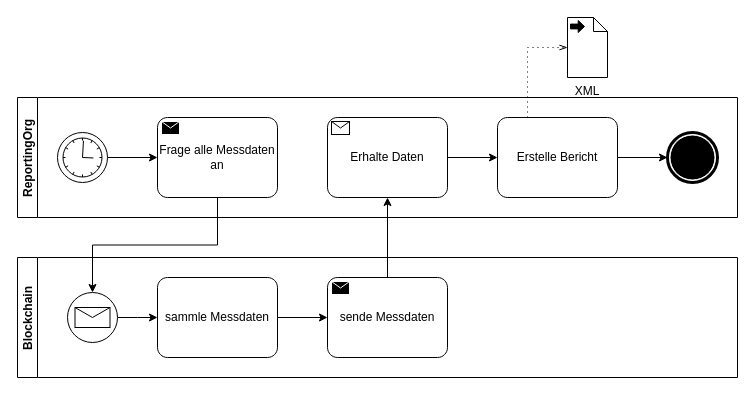
Earlier version of the draw.io diagram reporting/doku/Analysephase/Prozessdiagramme/Reporting.drawio (KSilkThread/carbonedge). Source tidied: cells renumbered, new cells numbered last; positions are measured from the earlier drawing's top-left corner, leaving out a move shared by most shapes. Both pictures are drawn from the tidied source at 100%, with x=0, y=0 at pixel (17, 17).
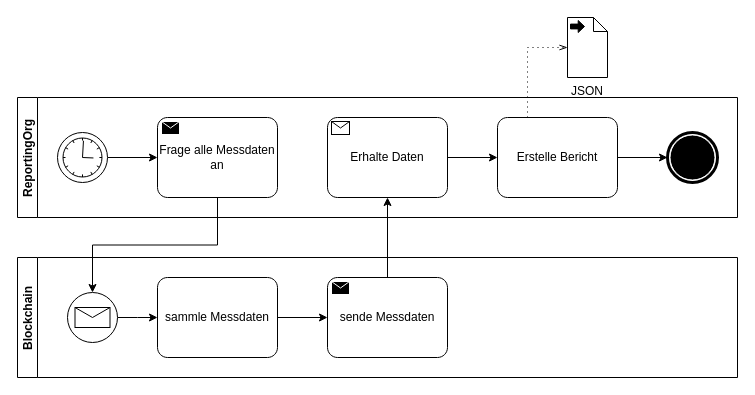
After the change.

Commit message (it also covers changes not shown here):
update doku added diagrams

What changed in the source:
```diff
@@
-    <mxCell id="19" value="XML" style="shape=mxgraph.bpmn.data;labelPosition=center;verticalLabelPosition=bottom;align=center;verticalAlign=top;whiteSpace=wrap;size=14;html=1;bpmnTransferType=output;" parent="1" vertex="1">
+    <mxCell id="19" value="JSON" style="shape=mxgraph.bpmn.data;labelPosition=center;verticalLabelPosition=bottom;align=center;verticalAlign=top;whiteSpace=wrap;size=14;html=1;bpmnTransferType=output;" parent="1" vertex="1">
       <mxGeometry x="550" width="40" height="60" as="geometry" />
     </mxCell>
```
